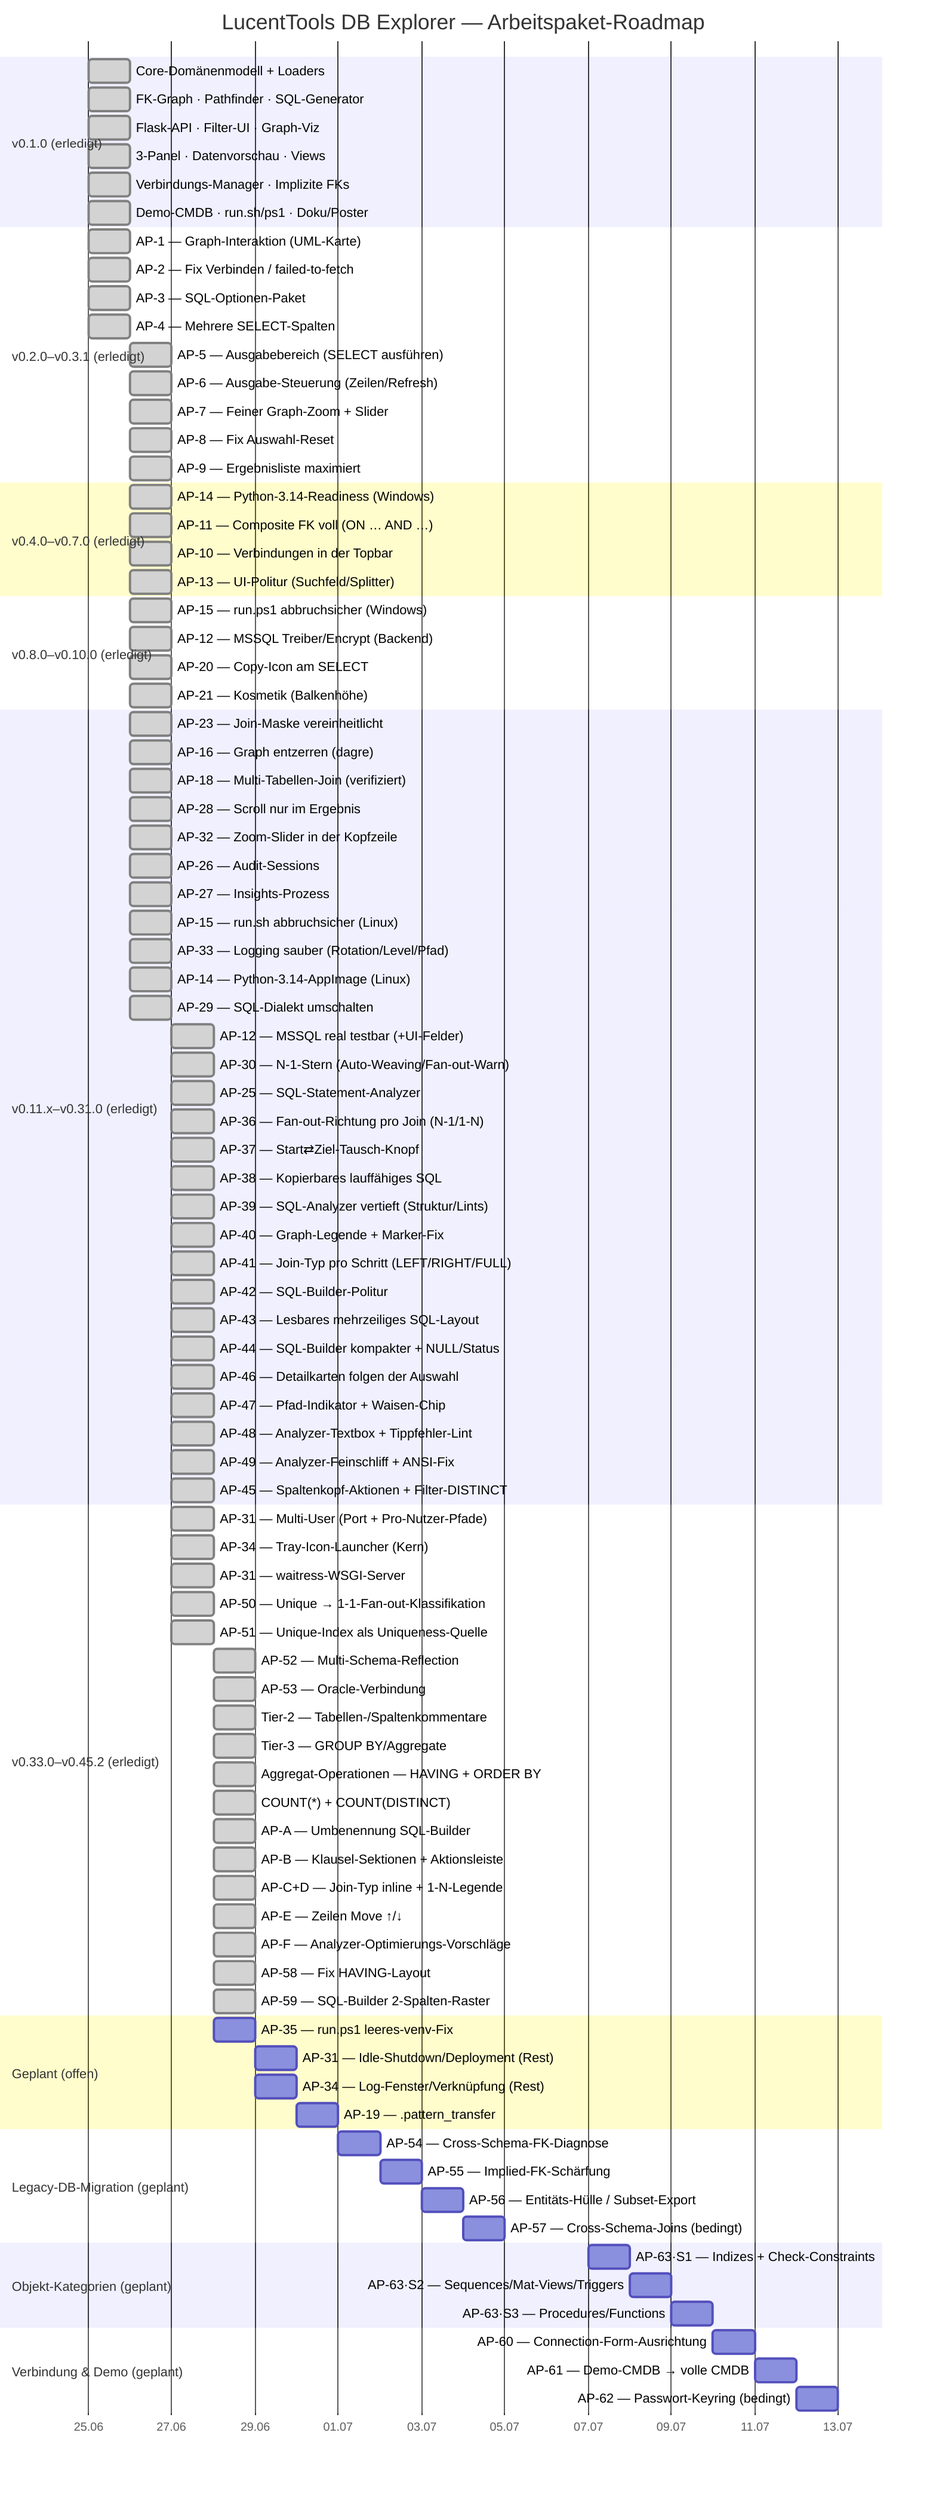
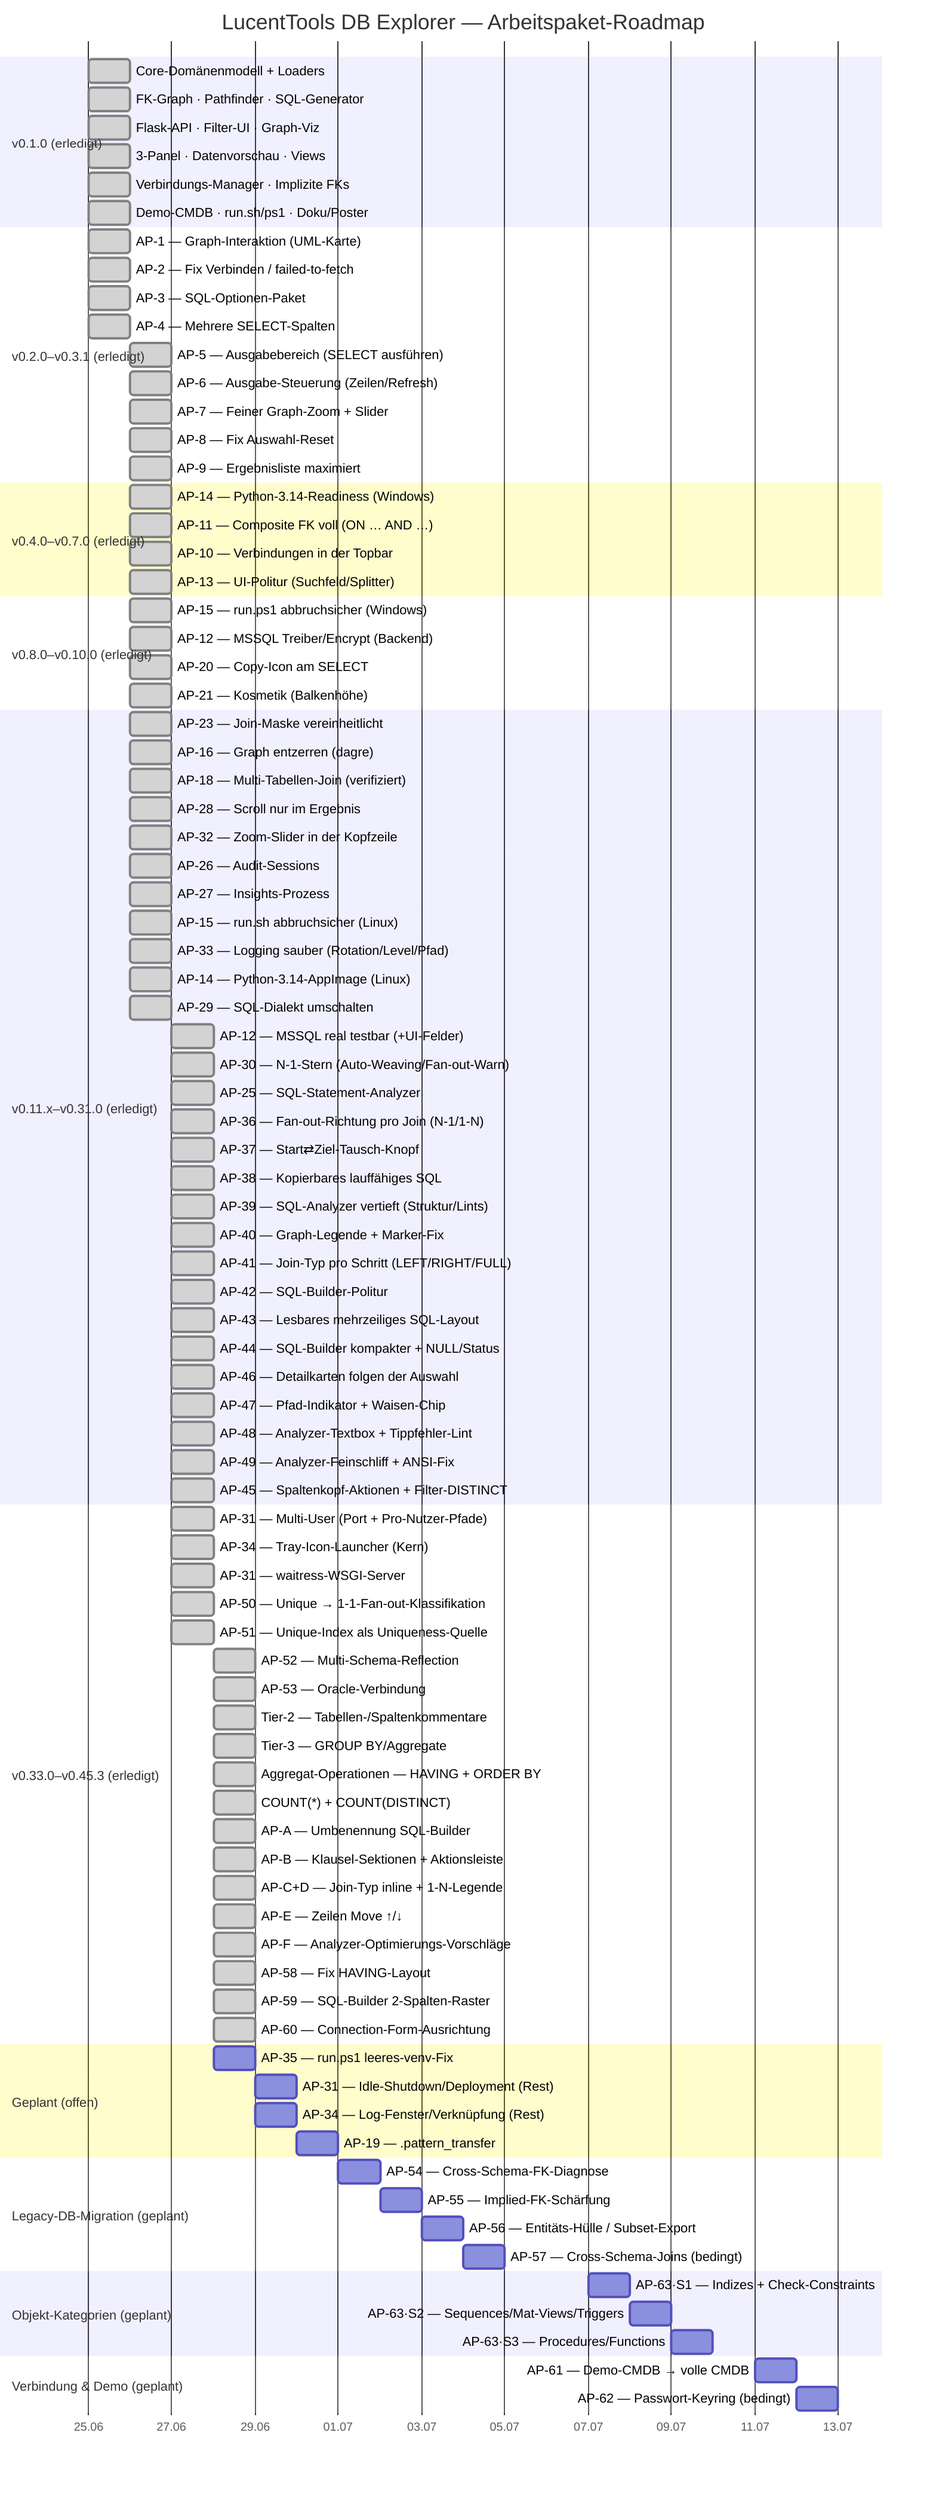
gantt
    title LucentTools DB Explorer — Arbeitspaket-Roadmap
    dateFormat  YYYY-MM-DD
    axisFormat  %d.%m

    section v0.1.0 (erledigt)
    Core-Domänenmodell + Loaders          :done, d1, 2026-06-25, 1d
    FK-Graph · Pathfinder · SQL-Generator :done, d2, 2026-06-25, 1d
    Flask-API · Filter-UI · Graph-Viz     :done, d3, 2026-06-25, 1d
    3-Panel · Datenvorschau · Views       :done, d4, 2026-06-25, 1d
    Verbindungs-Manager · Implizite FKs   :done, d5, 2026-06-25, 1d
    Demo-CMDB · run.sh/ps1 · Doku/Poster  :done, d6, 2026-06-25, 1d

    section v0.2.0–v0.3.1 (erledigt)
    AP-1 — Graph-Interaktion (UML-Karte)        :done, a1, 2026-06-25, 1d
    AP-2 — Fix Verbinden / failed-to-fetch      :done, a2, 2026-06-25, 1d
    AP-3 — SQL-Optionen-Paket                   :done, a3, 2026-06-25, 1d
    AP-4 — Mehrere SELECT-Spalten               :done, a4, 2026-06-25, 1d
    AP-5 — Ausgabebereich (SELECT ausführen)    :done, a5, 2026-06-26, 1d
    AP-6 — Ausgabe-Steuerung (Zeilen/Refresh)   :done, a6, 2026-06-26, 1d
    AP-7 — Feiner Graph-Zoom + Slider           :done, a7, 2026-06-26, 1d
    AP-8 — Fix Auswahl-Reset                    :done, a8, 2026-06-26, 1d
    AP-9 — Ergebnisliste maximiert              :done, a9, 2026-06-26, 1d

    section v0.4.0–v0.7.0 (erledigt)
    AP-14 — Python-3.14-Readiness (Windows)     :done, b1, 2026-06-26, 1d
    AP-11 — Composite FK voll (ON … AND …)      :done, b2, 2026-06-26, 1d
    AP-10 — Verbindungen in der Topbar          :done, b3, 2026-06-26, 1d
    AP-13 — UI-Politur (Suchfeld/Splitter)      :done, b4, 2026-06-26, 1d

    section v0.8.0–v0.10.0 (erledigt)
    AP-15 — run.ps1 abbruchsicher (Windows)     :done, c1, 2026-06-26, 1d
    AP-12 — MSSQL Treiber/Encrypt (Backend)     :done, c2, 2026-06-26, 1d
    AP-20 — Copy-Icon am SELECT                 :done, c3, 2026-06-26, 1d
    AP-21 — Kosmetik (Balkenhöhe)               :done, c4, 2026-06-26, 1d

    section v0.11.x–v0.31.0 (erledigt)
    AP-23 — Join-Maske vereinheitlicht          :done, e1, 2026-06-26, 1d
    AP-16 — Graph entzerren (dagre)             :done, e2, 2026-06-26, 1d
    AP-18 — Multi-Tabellen-Join (verifiziert)   :done, e3, 2026-06-26, 1d
    AP-28 — Scroll nur im Ergebnis              :done, e4, 2026-06-26, 1d
    AP-32 — Zoom-Slider in der Kopfzeile        :done, e5, 2026-06-26, 1d
    AP-26 — Audit-Sessions                      :done, e6, 2026-06-26, 1d
    AP-27 — Insights-Prozess                    :done, e7, 2026-06-26, 1d
    AP-15 — run.sh abbruchsicher (Linux)        :done, e8, 2026-06-26, 1d
    AP-33 — Logging sauber (Rotation/Level/Pfad) :done, e9, 2026-06-26, 1d
    AP-14 — Python-3.14-AppImage (Linux)         :done, e10, 2026-06-26, 1d
    AP-29 — SQL-Dialekt umschalten               :done, e11, 2026-06-26, 1d
    AP-12 — MSSQL real testbar (+UI-Felder)      :done, e12, 2026-06-27, 1d
    AP-30 — N-1-Stern (Auto-Weaving/Fan-out-Warn) :done, e13, 2026-06-27, 1d
    AP-25 — SQL-Statement-Analyzer               :done, e14, 2026-06-27, 1d
    AP-36 — Fan-out-Richtung pro Join (N-1/1-N)  :done, e15, 2026-06-27, 1d
    AP-37 — Start⇄Ziel-Tausch-Knopf              :done, e16, 2026-06-27, 1d
    AP-38 — Kopierbares lauffähiges SQL          :done, e17, 2026-06-27, 1d
    AP-39 — SQL-Analyzer vertieft (Struktur/Lints) :done, e18, 2026-06-27, 1d
    AP-40 — Graph-Legende + Marker-Fix           :done, e19, 2026-06-27, 1d
    AP-41 — Join-Typ pro Schritt (LEFT/RIGHT/FULL) :done, e20, 2026-06-27, 1d
    AP-42 — SQL-Builder-Politur                 :done, e21, 2026-06-27, 1d
    AP-43 — Lesbares mehrzeiliges SQL-Layout      :done, e22, 2026-06-27, 1d
    AP-44 — SQL-Builder kompakter + NULL/Status :done, e23, 2026-06-27, 1d
    AP-46 — Detailkarten folgen der Auswahl       :done, e24, 2026-06-27, 1d
    AP-47 — Pfad-Indikator + Waisen-Chip         :done, e25, 2026-06-27, 1d
    AP-48 — Analyzer-Textbox + Tippfehler-Lint   :done, e26, 2026-06-27, 1d
    AP-49 — Analyzer-Feinschliff + ANSI-Fix       :done, e27, 2026-06-27, 1d
    AP-45 — Spaltenkopf-Aktionen + Filter-DISTINCT :done, e28, 2026-06-27, 1d

-     section v0.33.0–v0.45.2 (erledigt)
+     section v0.33.0–v0.45.3 (erledigt)
    AP-31 — Multi-User (Port + Pro-Nutzer-Pfade) :done, f1, 2026-06-27, 1d
    AP-34 — Tray-Icon-Launcher (Kern)            :done, f2, 2026-06-27, 1d
    AP-31 — waitress-WSGI-Server                 :done, f3, 2026-06-27, 1d
    AP-50 — Unique → 1-1-Fan-out-Klassifikation  :done, f4, 2026-06-27, 1d
    AP-51 — Unique-Index als Uniqueness-Quelle   :done, f5, 2026-06-27, 1d
    AP-52 — Multi-Schema-Reflection              :done, f6, 2026-06-28, 1d
    AP-53 — Oracle-Verbindung                    :done, f7, 2026-06-28, 1d
    Tier-2 — Tabellen-/Spaltenkommentare         :done, f8, 2026-06-28, 1d
    Tier-3 — GROUP BY/Aggregate                  :done, f9, 2026-06-28, 1d
    Aggregat-Operationen — HAVING + ORDER BY     :done, f10, 2026-06-28, 1d
    COUNT(*) + COUNT(DISTINCT)                   :done, f11, 2026-06-28, 1d
    AP-A — Umbenennung SQL-Builder               :done, f12, 2026-06-28, 1d
    AP-B — Klausel-Sektionen + Aktionsleiste     :done, f13, 2026-06-28, 1d
    AP-C+D — Join-Typ inline + 1-N-Legende       :done, f14, 2026-06-28, 1d
    AP-E — Zeilen Move ↑/↓                        :done, f15, 2026-06-28, 1d
    AP-F — Analyzer-Optimierungs-Vorschläge      :done, f16, 2026-06-28, 1d
    AP-58 — Fix HAVING-Layout                    :done, f17, 2026-06-28, 1d
    AP-59 — SQL-Builder 2-Spalten-Raster        :done, f18, 2026-06-28, 1d
+     AP-60 — Connection-Form-Ausrichtung         :done, f19, 2026-06-28, 1d

    section Geplant (offen)
    AP-35 — run.ps1 leeres-venv-Fix             :p3, 2026-06-28, 1d
    AP-31 — Idle-Shutdown/Deployment (Rest)     :p5, 2026-06-29, 1d
    AP-34 — Log-Fenster/Verknüpfung (Rest)      :p6, 2026-06-29, 1d
    AP-19 — .pattern_transfer                   :p11, 2026-06-30, 1d

    section Legacy-DB-Migration (geplant)
    AP-54 — Cross-Schema-FK-Diagnose            :p20, 2026-07-01, 1d
    AP-55 — Implied-FK-Schärfung                :p21, 2026-07-02, 1d
    AP-56 — Entitäts-Hülle / Subset-Export      :p22, 2026-07-03, 1d
    AP-57 — Cross-Schema-Joins (bedingt)        :p23, 2026-07-04, 1d

    section Objekt-Kategorien (geplant)
    AP-63·S1 — Indizes + Check-Constraints      :p30, 2026-07-07, 1d
    AP-63·S2 — Sequences/Mat-Views/Triggers     :p31, 2026-07-08, 1d
    AP-63·S3 — Procedures/Functions             :p32, 2026-07-09, 1d

    section Verbindung & Demo (geplant)
-     AP-60 — Connection-Form-Ausrichtung         :p40, 2026-07-10, 1d
    AP-61 — Demo-CMDB → volle CMDB              :p41, 2026-07-11, 1d
    AP-62 — Passwort-Keyring (bedingt)          :p42, 2026-07-12, 1d
